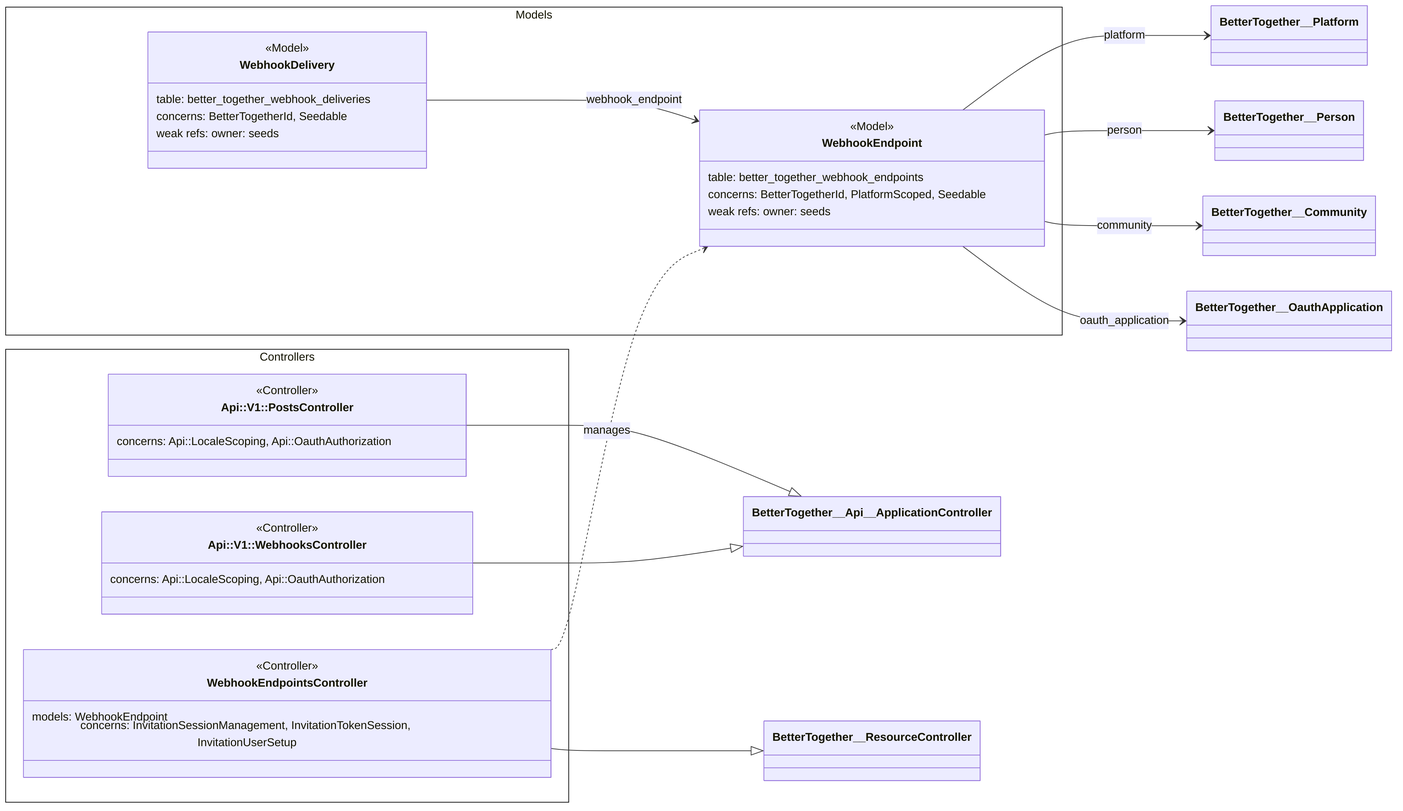
Before: docs/diagrams/exports/png/ce_integrations_webhooks_rails_layers.png, a diagram exported from Mermaid (better-together-org/community-engine-rails). Its source is kept beside it as docs/diagrams/source/ce_integrations_webhooks_rails_layers.mmd.
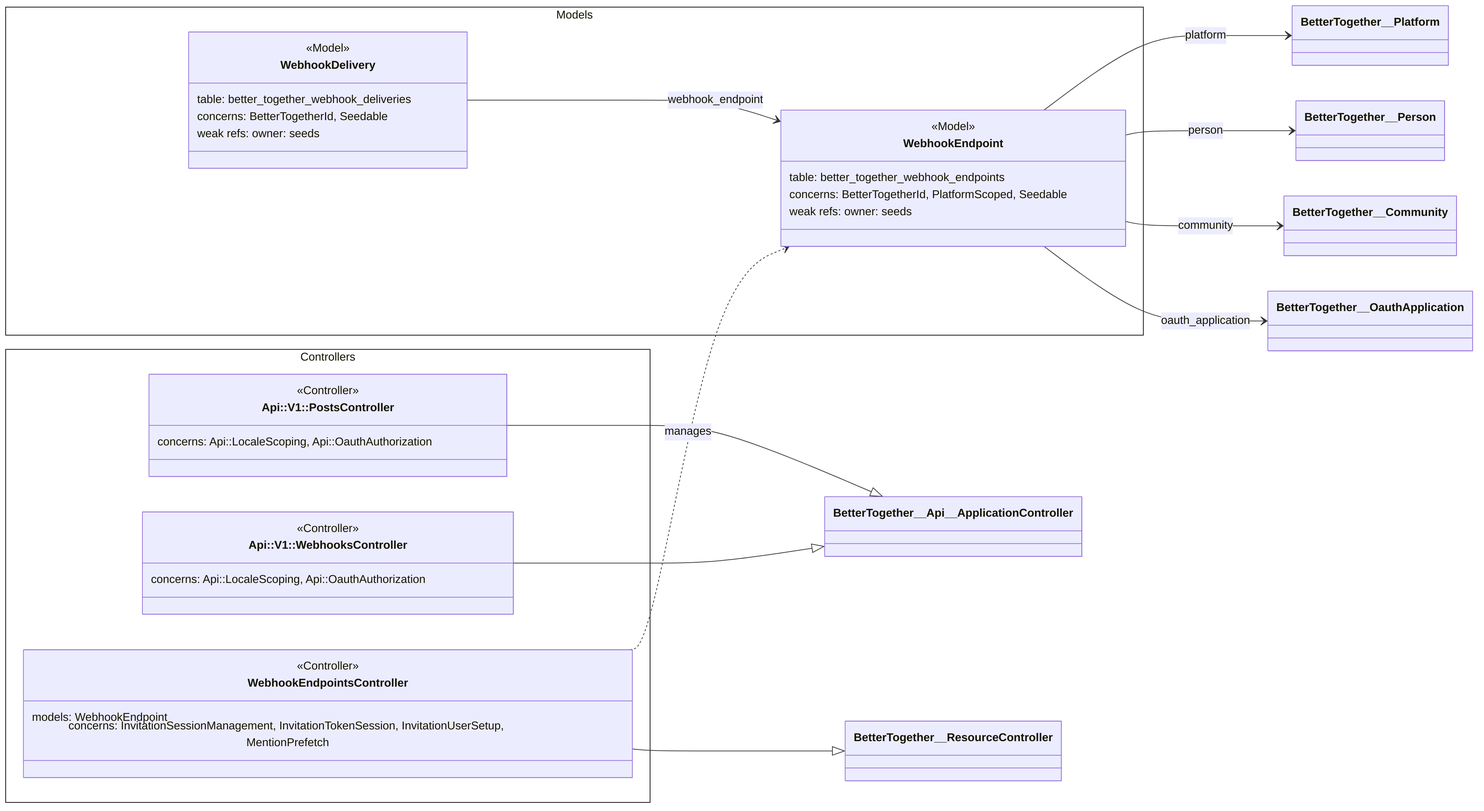
Later version of the same file.

Diff of the diagram source:
```diff
@@ -13,7 +13,7 @@
     class BetterTogether__WebhookEndpointsController["WebhookEndpointsController"] {
       <<Controller>>
       models: WebhookEndpoint
-      concerns: InvitationSessionManagement, InvitationTokenSession, InvitationUserSetup
+      concerns: InvitationSessionManagement, InvitationTokenSession, InvitationUserSetup, MentionPrefetch
     }
   }
 
```
